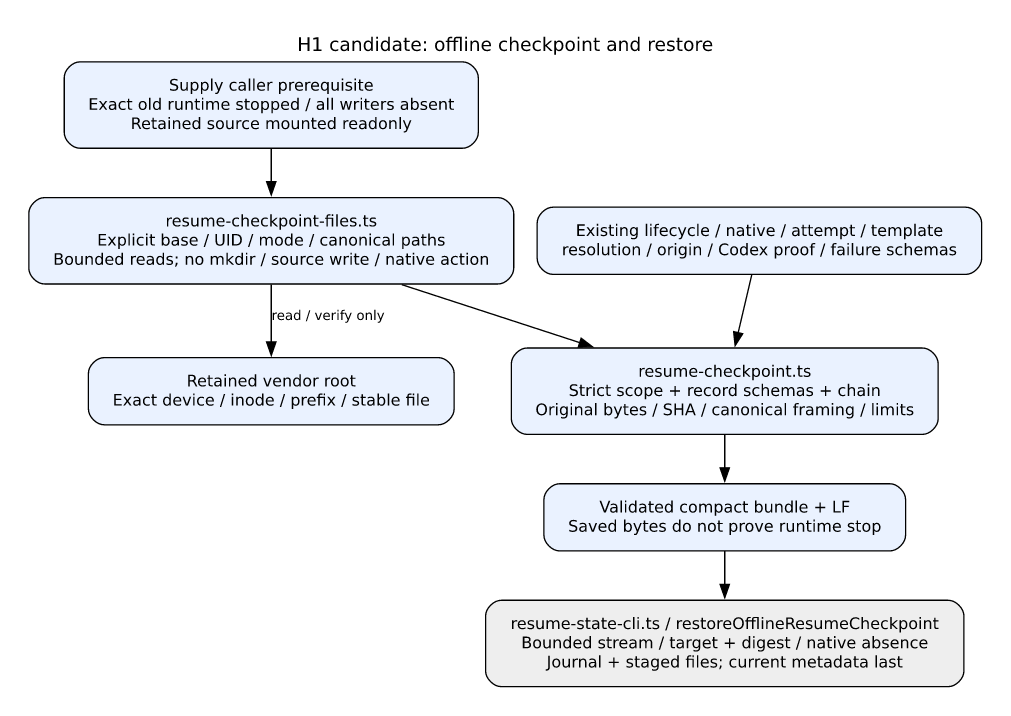
The Graphviz diagram docs/architecture/resume-checkpoint.png in kitepon/aiterm-mcp, before a commit. Its source is kept beside it as docs/architecture/resume-checkpoint.dot.
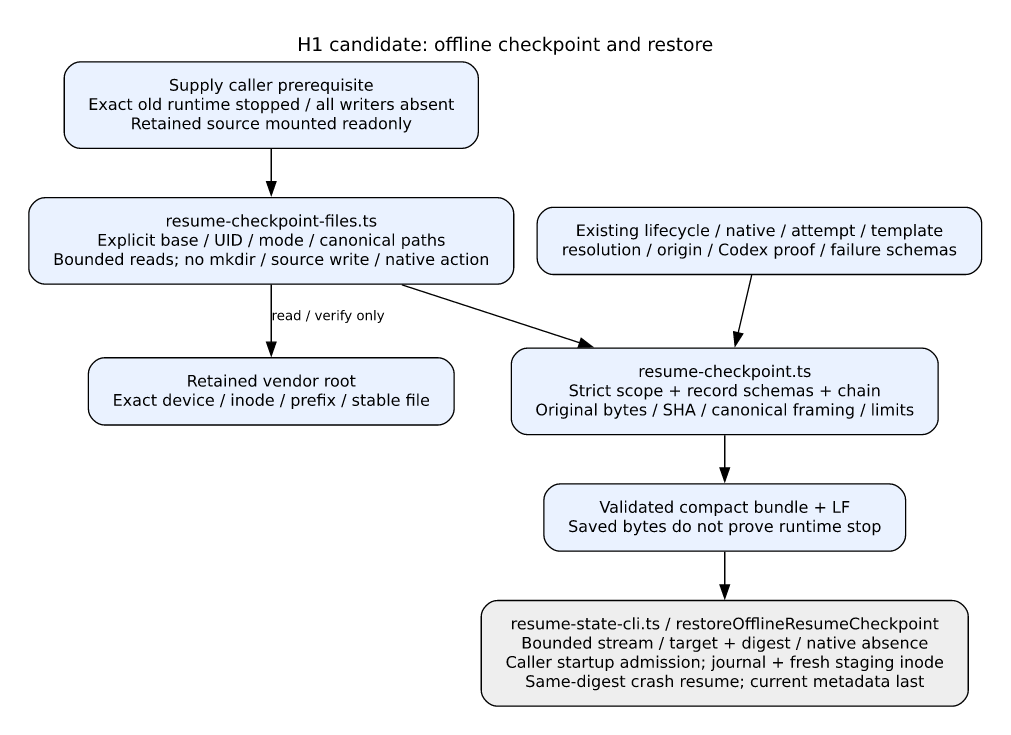
Above is the later version.

What changed in the source:
```diff
@@ -8,7 +8,7 @@
  schemas [label="Existing lifecycle / native / attempt / template\nresolution / origin / Codex proof / failure schemas"];
  vendor [label="Retained vendor root\nExact device / inode / prefix / stable file"];
  result [label="Validated compact bundle + LF\nSaved bytes do not prove runtime stop"];
- future [fillcolor="#eeeeee",label="resume-state-cli.ts / restoreOfflineResumeCheckpoint\nBounded stream / target + digest / native absence\nJournal + staged files; current metadata last"];
+ future [fillcolor="#eeeeee",label="resume-state-cli.ts / restoreOfflineResumeCheckpoint\nBounded stream / target + digest / native absence\nCaller startup admission; journal + fresh staging inode\nSame-digest crash resume; current metadata last"];
  caller -> files -> codec -> result;
  schemas -> codec;
  files -> vendor [label="read / verify only"];
```
